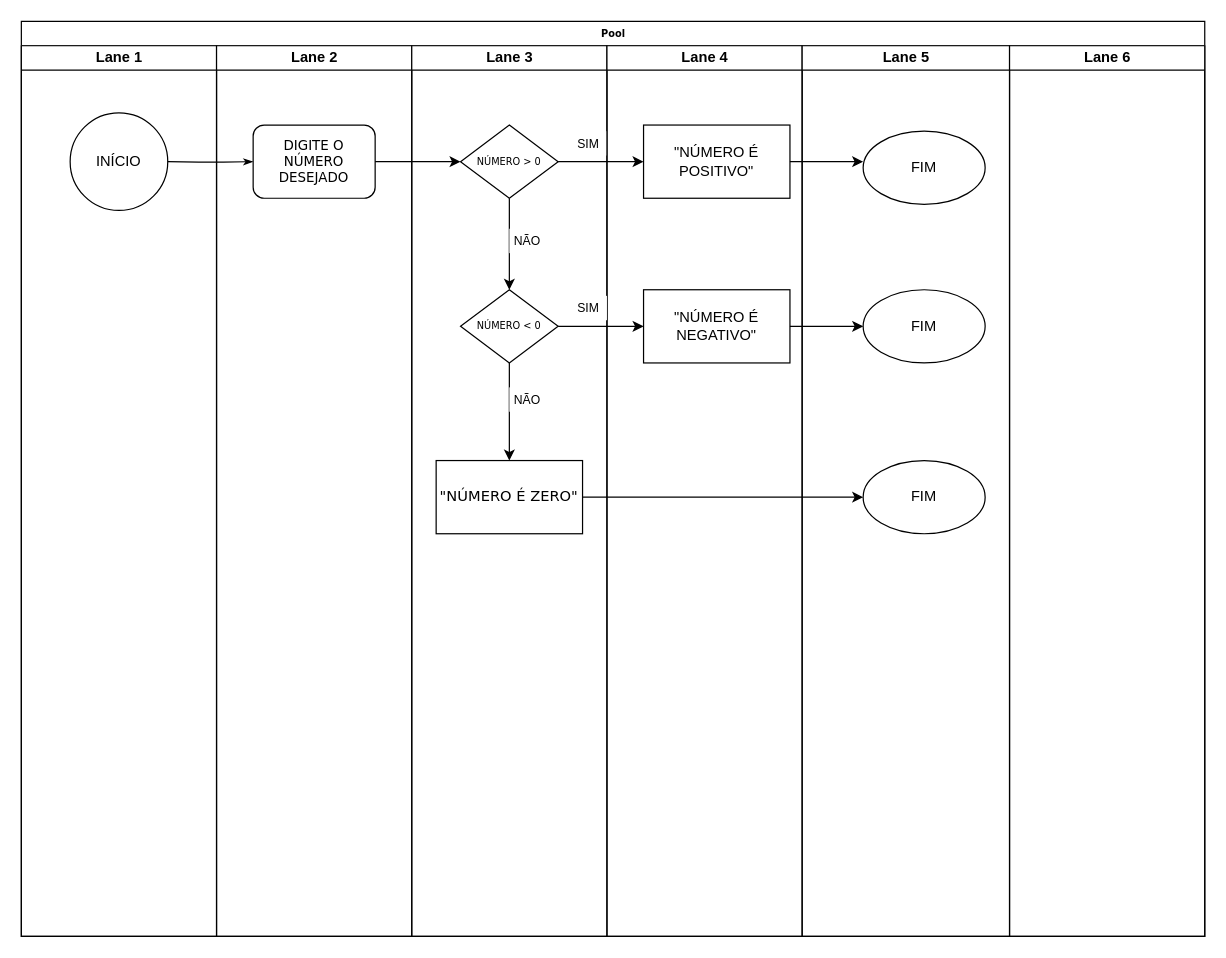
Above: Diagrama sem nome.drawio in miguelbucker/python (draw.io), before the change. Source tidied: cells renumbered, new cells numbered last; positions are measured from the earlier drawing's top-left corner, leaving out a move shared by most shapes. Both pictures are drawn from the tidied source at 122%, with x=0, y=0 at pixel (21, 21).
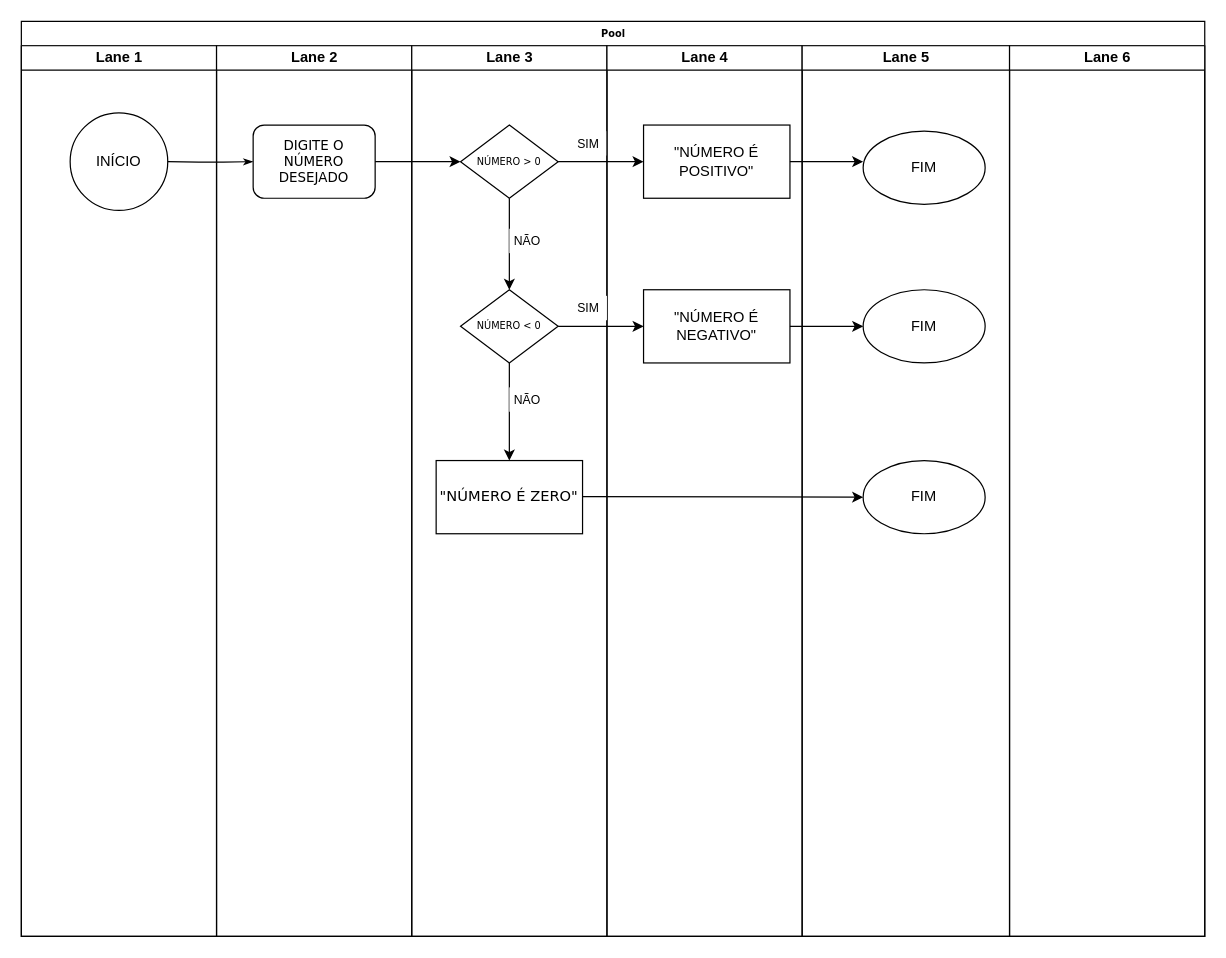
The same diagram, later.

Commit message:
Diagrama numero positivo.drawio

The change refers to these unchanged cells:
```xml
<mxCell id="2" value="Pool" style="swimlane;html=1;startSize=20;rounded=0;shadow=0;labelBackgroundColor=none;strokeWidth=1;fontFamily=Verdana;fontSize=8;align=center;" parent="1" vertex="1">
  <mxGeometry width="970" height="750" as="geometry" />
</mxCell>
<mxCell id="9" value="Lane 3" style="swimlane;html=1;startSize=20;" parent="2" vertex="1">
  <mxGeometry x="320" y="20" width="160" height="730" as="geometry" />
</mxCell>
<mxCell id="16" value="&lt;font style=&quot;font-size: 12px;&quot;&gt;&quot;NÚMERO É ZERO&quot;&lt;/font&gt;" style="rounded=0;whiteSpace=wrap;html=1;fontSize=8;fontFamily=Verdana;shadow=0;labelBackgroundColor=none;strokeWidth=1;" parent="9" vertex="1">
  <mxGeometry x="20" y="340" width="120" height="60" as="geometry" />
</mxCell>
<mxCell id="25" value="FIM" style="ellipse;whiteSpace=wrap;html=1;" parent="22" vertex="1">
  <mxGeometry x="50" y="340" width="100" height="60" as="geometry" />
</mxCell>
```

Change to the diagram source:
```diff
@@
+    <mxCell id="33" style="endArrow=classic;html=1;rounded=0;exitX=1;exitY=0.5;exitDx=0;exitDy=0;entryX=0;entryY=0.5;entryDx=0;entryDy=0;" parent="9" edge="1" target="25">
+      <mxGeometry relative="1" as="geometry">
+        <mxPoint x="140" y="369.5" as="sourcePoint" />
+      </mxGeometry>
+    </mxCell>
@@
-    <mxCell id="30" style="edgeStyle=orthogonalEdgeStyle;rounded=0;jettySize=auto;html=1;" parent="2" edge="1" source="16">
-      <mxGeometry relative="1" as="geometry">
-        <mxPoint x="690" y="390" as="targetPoint" />
-      </mxGeometry>
-    </mxCell>
```
